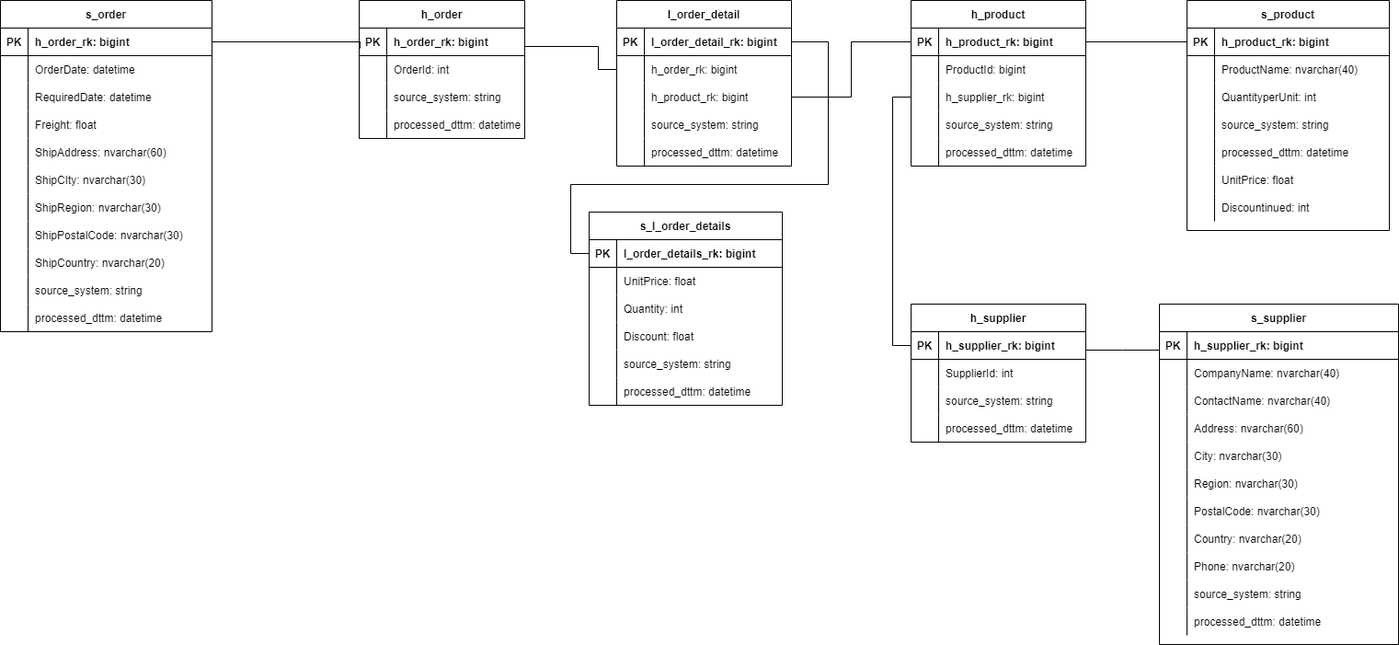
The draw.io diagram homework_4/Data vault - Nortwind.drawio.png in ps1on1ck/data_warehouse_and_etl, before a commit. Source tidied: cells renumbered, new cells last; positions are measured from the earlier drawing's top-left corner, leaving out a move shared by most shapes.
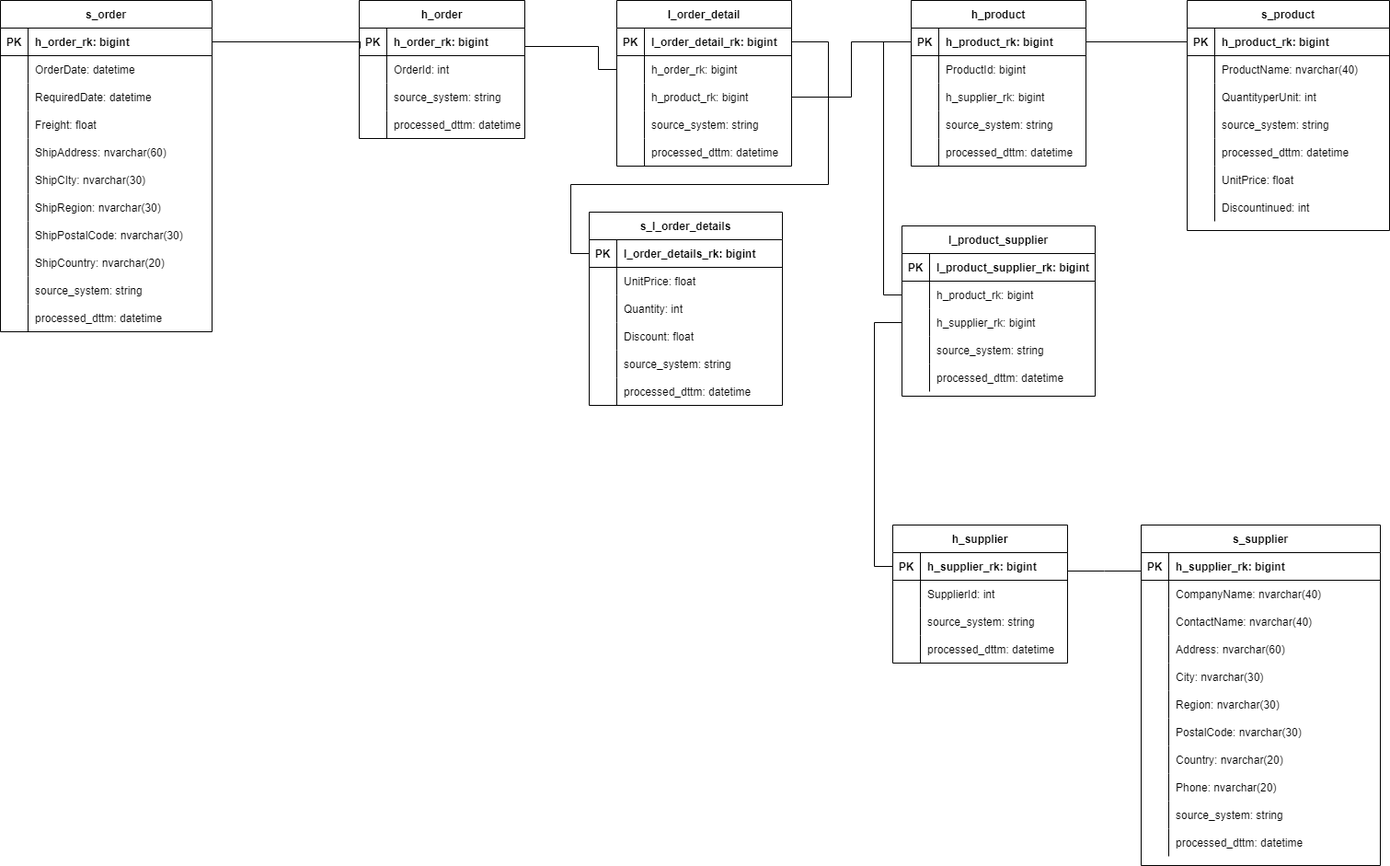
Later version of the same file.

Change to the diagram source:
```diff
@@ -278,9 +278,6 @@
     <mxCell id="88" style="edgeStyle=orthogonalEdgeStyle;rounded=0;jettySize=auto;html=1;fontColor=default;endArrow=none;endFill=0;strokeColor=default;strokeWidth=1;exitX=1;exitY=0.5;exitDx=0;exitDy=0;entryX=0;entryY=0.5;entryDx=0;entryDy=0;" parent="1" edge="1" source="91" target="107">
       <mxGeometry relative="1" as="geometry" />
     </mxCell>
-    <mxCell id="89" style="edgeStyle=orthogonalEdgeStyle;rounded=0;jettySize=auto;html=1;fontColor=default;endArrow=none;endFill=0;strokeColor=default;strokeWidth=1;exitX=0;exitY=0.5;exitDx=0;exitDy=0;entryX=0;entryY=0.5;entryDx=0;entryDy=0;" parent="1" edge="1" source="97" target="130">
-      <mxGeometry relative="1" as="geometry" />
-    </mxCell>
     <mxCell id="90" value="h_product" style="shape=table;startSize=30;rowLines=0;fontStyle=1;align=center;" parent="1" vertex="1">
       <mxGeometry x="990" width="190" height="180" as="geometry" />
     </mxCell>
@@ -398,13 +395,13 @@
     <mxCell id="128" style="edgeStyle=orthogonalEdgeStyle;rounded=0;jettySize=auto;html=1;fontColor=default;endArrow=none;endFill=0;strokeColor=default;strokeWidth=1;" parent="1" edge="1" source="129" target="142">
       <mxGeometry relative="1" as="geometry">
         <Array as="points">
-          <mxPoint x="1220" y="380" />
-          <mxPoint x="1220" y="380" />
+          <mxPoint x="1200" y="620" />
+          <mxPoint x="1200" y="620" />
         </Array>
       </mxGeometry>
     </mxCell>
     <mxCell id="129" value="h_supplier" style="shape=table;startSize=30;rowLines=0;fontStyle=1;align=center;" parent="1" vertex="1">
-      <mxGeometry x="990" y="330" width="190" height="150" as="geometry" />
+      <mxGeometry x="970" y="570" width="190" height="150" as="geometry" />
     </mxCell>
     <mxCell id="130" style="shape=tableRow;horizontal=0;startSize=0;swimlaneHead=0;swimlaneBody=0;fillColor=none;points=[[0,0.5],[1,0.5]];portConstraint=eastwest;top=0;left=0;right=0;bottom=1;" parent="129" vertex="1">
       <mxGeometry y="30" width="190" height="30" as="geometry" />
@@ -443,7 +440,7 @@
       <mxGeometry x="30" width="160" height="30" as="geometry" />
     </mxCell>
     <mxCell id="142" value="s_supplier" style="shape=table;startSize=30;rowLines=0;fontStyle=1;align=center;" parent="1" vertex="1">
-      <mxGeometry x="1260" y="330" width="260" height="370" as="geometry" />
+      <mxGeometry x="1240" y="570" width="260" height="370" as="geometry" />
     </mxCell>
     <mxCell id="143" style="shape=tableRow;horizontal=0;startSize=0;swimlaneHead=0;swimlaneBody=0;fillColor=none;top=0;left=0;right=0;bottom=1;" parent="142" vertex="1">
       <mxGeometry y="30" width="260" height="30" as="geometry" />
@@ -544,5 +541,59 @@
     <mxCell id="175" value="processed_dttm: datetime" style="shape=partialRectangle;fillColor=none;top=0;left=0;bottom=0;right=0;align=left;spacingLeft=6;overflow=hidden;" parent="173" vertex="1">
       <mxGeometry x="30" width="230" height="30" as="geometry" />
     </mxCell>
+    <mxCell id="176" value="l_product_supplier" style="shape=table;startSize=30;rowLines=0;fontStyle=1;align=center;" parent="1" vertex="1">
+      <mxGeometry x="980" y="245" width="210" height="185" as="geometry" />
+    </mxCell>
+    <mxCell id="177" style="shape=tableRow;horizontal=0;startSize=0;swimlaneHead=0;swimlaneBody=0;fillColor=none;top=0;left=0;right=0;bottom=1;" parent="176" vertex="1">
+      <mxGeometry y="30" width="210" height="30" as="geometry" />
+    </mxCell>
+    <mxCell id="178" value="PK" style="shape=partialRectangle;fillColor=none;top=0;left=0;bottom=0;right=0;fontStyle=1;overflow=hidden;" parent="177" vertex="1">
+      <mxGeometry width="30" height="30" as="geometry" />
+    </mxCell>
+    <mxCell id="179" value="l_product_supplier_rk: bigint" style="shape=partialRectangle;fillColor=none;top=0;left=0;bottom=0;right=0;align=left;spacingLeft=6;fontStyle=1;overflow=hidden;strokeColor=default;dashed=1;fontColor=default;" parent="177" vertex="1">
+      <mxGeometry x="30" width="180" height="30" as="geometry" />
+    </mxCell>
+    <mxCell id="180" style="shape=tableRow;horizontal=0;startSize=0;swimlaneHead=0;swimlaneBody=0;fillColor=none;points=[[0,0.5],[1,0.5]];portConstraint=eastwest;top=0;left=0;right=0;bottom=0;" parent="176" vertex="1">
+      <mxGeometry y="60" width="210" height="30" as="geometry" />
+    </mxCell>
+    <mxCell id="181" style="shape=partialRectangle;fillColor=none;top=0;left=0;bottom=0;right=0;overflow=hidden;" parent="180" vertex="1">
+      <mxGeometry width="30" height="30" as="geometry" />
+    </mxCell>
+    <mxCell id="182" value="h_product_rk: bigint" style="shape=partialRectangle;fillColor=none;top=0;left=0;bottom=0;right=0;align=left;spacingLeft=6;overflow=hidden;fontStyle=0;" parent="180" vertex="1">
+      <mxGeometry x="30" width="180" height="30" as="geometry" />
+    </mxCell>
+    <mxCell id="183" style="shape=tableRow;horizontal=0;startSize=0;swimlaneHead=0;swimlaneBody=0;fillColor=none;points=[[0,0.5],[1,0.5]];portConstraint=eastwest;top=0;left=0;right=0;bottom=0;" parent="176" vertex="1">
+      <mxGeometry y="90" width="210" height="30" as="geometry" />
+    </mxCell>
+    <mxCell id="184" style="shape=partialRectangle;fillColor=none;top=0;left=0;bottom=0;right=0;overflow=hidden;" parent="183" vertex="1">
+      <mxGeometry width="30" height="30" as="geometry" />
+    </mxCell>
+    <mxCell id="185" value="h_supplier_rk: bigint" style="shape=partialRectangle;fillColor=none;top=0;left=0;bottom=0;right=0;align=left;spacingLeft=6;overflow=hidden;" parent="183" vertex="1">
+      <mxGeometry x="30" width="180" height="30" as="geometry" />
+    </mxCell>
+    <mxCell id="186" style="shape=tableRow;horizontal=0;startSize=0;swimlaneHead=0;swimlaneBody=0;fillColor=none;top=0;left=0;right=0;bottom=0;" parent="176" vertex="1">
+      <mxGeometry y="120" width="210" height="30" as="geometry" />
+    </mxCell>
+    <mxCell id="187" style="shape=partialRectangle;fillColor=none;top=0;left=0;bottom=0;right=0;overflow=hidden;" parent="186" vertex="1">
+      <mxGeometry width="30" height="30" as="geometry" />
+    </mxCell>
+    <mxCell id="188" value="source_system: string" style="shape=partialRectangle;fillColor=none;top=0;left=0;bottom=0;right=0;align=left;spacingLeft=6;overflow=hidden;" parent="186" vertex="1">
+      <mxGeometry x="30" width="180" height="30" as="geometry" />
+    </mxCell>
+    <mxCell id="189" style="shape=tableRow;horizontal=0;startSize=0;swimlaneHead=0;swimlaneBody=0;fillColor=none;top=0;left=0;right=0;bottom=0;" parent="176" vertex="1">
+      <mxGeometry y="150" width="210" height="30" as="geometry" />
+    </mxCell>
+    <mxCell id="190" style="shape=partialRectangle;fillColor=none;top=0;left=0;bottom=0;right=0;overflow=hidden;" parent="189" vertex="1">
+      <mxGeometry width="30" height="30" as="geometry" />
+    </mxCell>
+    <mxCell id="191" value="processed_dttm: datetime" style="shape=partialRectangle;fillColor=none;top=0;left=0;bottom=0;right=0;align=left;spacingLeft=6;overflow=hidden;" parent="189" vertex="1">
+      <mxGeometry x="30" width="180" height="30" as="geometry" />
+    </mxCell>
+    <mxCell id="192" style="edgeStyle=orthogonalEdgeStyle;rounded=0;jettySize=auto;html=1;exitX=0;exitY=0.5;exitDx=0;exitDy=0;entryX=0;entryY=0.5;entryDx=0;entryDy=0;endArrow=none;endFill=0;" parent="1" edge="1" source="180" target="91">
+      <mxGeometry relative="1" as="geometry" />
+    </mxCell>
+    <mxCell id="193" style="edgeStyle=orthogonalEdgeStyle;rounded=0;jettySize=auto;html=1;exitX=0;exitY=0.5;exitDx=0;exitDy=0;entryX=0;entryY=0.5;entryDx=0;entryDy=0;endArrow=none;endFill=0;" parent="1" edge="1" source="183" target="130">
+      <mxGeometry relative="1" as="geometry" />
+    </mxCell>
   </root>
 </mxGraphModel>
```
